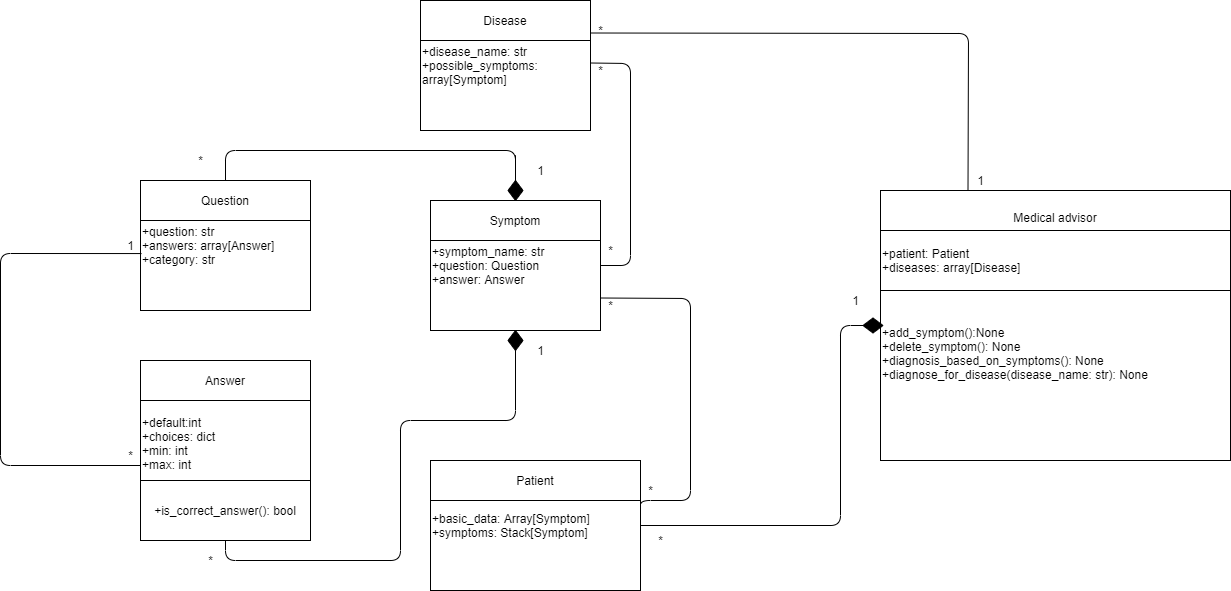
This is images/class_diagram.png from bohdaholas/Medical-advisor, a draw.io export, as it was before one commit. Source tidied: cells renumbered, new cells last; positions are measured from the earlier drawing's top-left corner, leaving out a move shared by most shapes.
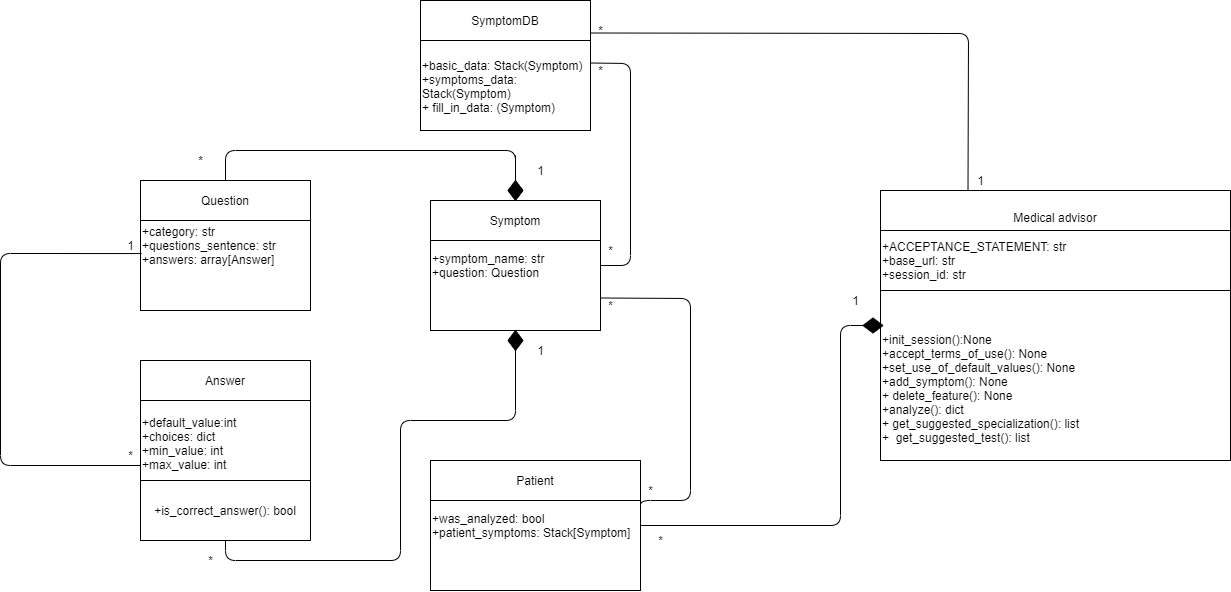
After the commit.

Change to the diagram source:
```diff
@@ -2,40 +2,40 @@
   <root>
     <mxCell id="0" />
     <mxCell id="1" parent="0" />
-    <mxCell id="2" value="&lt;div&gt;&lt;br&gt;&lt;/div&gt;&lt;div&gt;&lt;br&gt;&lt;/div&gt;&lt;div&gt;&lt;br&gt;&lt;/div&gt;&lt;div&gt;&lt;br&gt;&lt;/div&gt;&lt;div&gt;&lt;br&gt;&lt;/div&gt;&lt;div&gt;&lt;br&gt;&lt;/div&gt;&lt;div&gt;+add_symptom():None&lt;/div&gt;+delete_symptom(): None&lt;br&gt;+diagnosis_based_on_symptoms(): None&lt;br&gt;+diagnose_for_disease(disease_name: str): None&lt;br&gt;&lt;div&gt;&lt;wbr&gt;&lt;/div&gt;&lt;div&gt;&lt;br&gt;&lt;/div&gt;&lt;div&gt;&lt;br&gt;&lt;/div&gt;" style="rounded=0;whiteSpace=wrap;html=1;align=left;" parent="1" vertex="1">
+    <mxCell id="2" value="&lt;div&gt;&lt;br&gt;&lt;/div&gt;&lt;div&gt;&lt;br&gt;&lt;/div&gt;&lt;div&gt;&lt;br&gt;&lt;/div&gt;&lt;div&gt;&lt;br&gt;&lt;/div&gt;&lt;div&gt;&lt;br&gt;&lt;/div&gt;&lt;div&gt;&lt;br&gt;&lt;/div&gt;&lt;div&gt;&lt;br&gt;&lt;/div&gt;&lt;div&gt;&lt;br&gt;&lt;/div&gt;&lt;div&gt;&lt;br&gt;&lt;/div&gt;&lt;div&gt;+init_session():None&lt;/div&gt;+accept_terms_of_use(): None&lt;br&gt;+set_use_of_default_values(): None&lt;br&gt;+add_symptom(): None&lt;br&gt;+ delete_feature(): None&lt;br&gt;+analyze(): dict&lt;br&gt;+ get_suggested_specialization(): list&lt;br&gt;+&amp;nbsp; get_suggested_test(): list" style="rounded=0;whiteSpace=wrap;html=1;align=left;" parent="1" vertex="1">
       <mxGeometry x="880" y="190" width="350" height="270" as="geometry" />
     </mxCell>
     <mxCell id="3" value="&lt;div&gt;&lt;br&gt;&lt;/div&gt;&lt;div&gt;&lt;br&gt;&lt;/div&gt;&lt;div align=&quot;justify&quot;&gt;Medical advisor&lt;/div&gt;&lt;div align=&quot;justify&quot;&gt;&lt;br&gt;&lt;/div&gt;" style="rounded=0;whiteSpace=wrap;html=1;align=center;" parent="1" vertex="1">
       <mxGeometry x="880" y="190" width="350" height="40" as="geometry" />
     </mxCell>
-    <mxCell id="4" value="&lt;div&gt;+disease_name: str&lt;/div&gt;&lt;div&gt;+possible_symptoms: array[Symptom]&lt;br&gt;&lt;/div&gt;" style="rounded=0;whiteSpace=wrap;html=1;align=left;" parent="1" vertex="1">
+    <mxCell id="4" value="&lt;div&gt;&lt;br&gt;&lt;/div&gt;&lt;div&gt;&lt;br&gt;&lt;/div&gt;&lt;div&gt;&lt;br&gt;&lt;/div&gt;&lt;div&gt;+basic_data: Stack(Symptom)&lt;/div&gt;&lt;div&gt;+symptoms_data: Stack(Symptom)&lt;/div&gt;&lt;div&gt;+ fill_in_data: (Symptom)&lt;br&gt;&lt;/div&gt;" style="rounded=0;whiteSpace=wrap;html=1;align=left;" parent="1" vertex="1">
       <mxGeometry x="420" width="170" height="130" as="geometry" />
     </mxCell>
-    <mxCell id="5" value="Disease" style="rounded=0;whiteSpace=wrap;html=1;align=center;" parent="1" vertex="1">
+    <mxCell id="5" value="SymptomDB" style="rounded=0;whiteSpace=wrap;html=1;align=center;" parent="1" vertex="1">
       <mxGeometry x="420" width="170" height="40" as="geometry" />
     </mxCell>
-    <mxCell id="6" value="&lt;div align=&quot;left&quot;&gt;+patient: Patient&lt;/div&gt;&lt;div align=&quot;left&quot;&gt;+diseases: array[Disease]&lt;/div&gt;" style="rounded=0;whiteSpace=wrap;html=1;align=left;" parent="1" vertex="1">
+    <mxCell id="6" value="&lt;div align=&quot;left&quot;&gt;+ACCEPTANCE_STATEMENT: str&lt;/div&gt;&lt;div align=&quot;left&quot;&gt;+base_url: str&lt;/div&gt;&lt;div align=&quot;left&quot;&gt;+session_id: str&lt;/div&gt;" style="rounded=0;whiteSpace=wrap;html=1;align=left;" parent="1" vertex="1">
       <mxGeometry x="880" y="230" width="350" height="60" as="geometry" />
     </mxCell>
-    <mxCell id="7" value="&lt;div&gt;+symptom_name: str&lt;/div&gt;&lt;div&gt;+question: Question&lt;/div&gt;&lt;div&gt;+answer: Answer&lt;br&gt;&lt;/div&gt;" style="rounded=0;whiteSpace=wrap;html=1;align=left;" parent="1" vertex="1">
+    <mxCell id="7" value="&lt;div&gt;+symptom_name: str&lt;/div&gt;&lt;div&gt;+question: Question&lt;/div&gt;" style="rounded=0;whiteSpace=wrap;html=1;align=left;" parent="1" vertex="1">
       <mxGeometry x="430" y="200" width="170" height="130" as="geometry" />
     </mxCell>
     <mxCell id="8" value="Symptom" style="rounded=0;whiteSpace=wrap;html=1;align=center;" parent="1" vertex="1">
       <mxGeometry x="430" y="200" width="170" height="40" as="geometry" />
     </mxCell>
-    <mxCell id="9" value="&lt;div&gt;+basic_data: Array[Symptom]&lt;br&gt;&lt;/div&gt;&lt;div&gt;+symptoms: Stack[Symptom]&lt;br&gt;&lt;/div&gt;" style="rounded=0;whiteSpace=wrap;html=1;align=left;" parent="1" vertex="1">
+    <mxCell id="9" value="&lt;div&gt;+was_analyzed: bool&lt;br&gt;&lt;/div&gt;&lt;div&gt;+patient_symptoms: Stack[Symptom]&lt;br&gt;&lt;/div&gt;" style="rounded=0;whiteSpace=wrap;html=1;align=left;" parent="1" vertex="1">
       <mxGeometry x="430" y="460" width="210" height="130" as="geometry" />
     </mxCell>
     <mxCell id="10" value="Patient" style="rounded=0;whiteSpace=wrap;html=1;align=center;" parent="1" vertex="1">
       <mxGeometry x="430" y="460" width="210" height="40" as="geometry" />
     </mxCell>
-    <mxCell id="11" value="&lt;div&gt;+question: str&lt;/div&gt;&lt;div&gt;+answers: array[Answer]&lt;/div&gt;+category: str" style="rounded=0;whiteSpace=wrap;html=1;align=left;" parent="1" vertex="1">
+    <mxCell id="11" value="&lt;div&gt;+category: str&lt;/div&gt;&lt;div&gt;&lt;span&gt;+questions_sentence: str&lt;/span&gt;&lt;br&gt;&lt;/div&gt;&lt;div&gt;+answers: array[Answer]&lt;/div&gt;" style="rounded=0;whiteSpace=wrap;html=1;align=left;" parent="1" vertex="1">
       <mxGeometry x="140" y="180" width="170" height="130" as="geometry" />
     </mxCell>
     <mxCell id="12" value="Question" style="rounded=0;whiteSpace=wrap;html=1;align=center;" parent="1" vertex="1">
       <mxGeometry x="140" y="180" width="170" height="40" as="geometry" />
     </mxCell>
-    <mxCell id="13" value="&lt;div&gt;+default:int&lt;/div&gt;&lt;div&gt;+choices: dict&lt;/div&gt;&lt;div&gt;+min: int&lt;/div&gt;&lt;div&gt;+max: int&lt;/div&gt;&lt;div&gt;&lt;br&gt;&lt;/div&gt;" style="rounded=0;whiteSpace=wrap;html=1;align=left;" parent="1" vertex="1">
+    <mxCell id="13" value="&lt;div&gt;+default_value:int&lt;/div&gt;&lt;div&gt;+choices: dict&lt;/div&gt;&lt;div&gt;+min_value: int&lt;/div&gt;&lt;div&gt;+max_value: int&lt;/div&gt;&lt;div&gt;&lt;br&gt;&lt;/div&gt;" style="rounded=0;whiteSpace=wrap;html=1;align=left;" parent="1" vertex="1">
       <mxGeometry x="140" y="360" width="170" height="180" as="geometry" />
     </mxCell>
     <mxCell id="14" value="Answer" style="rounded=0;whiteSpace=wrap;html=1;align=center;" parent="1" vertex="1">
```
